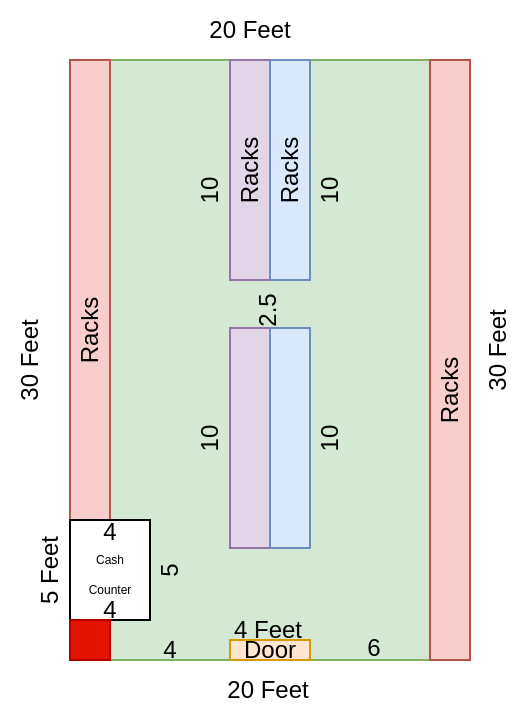
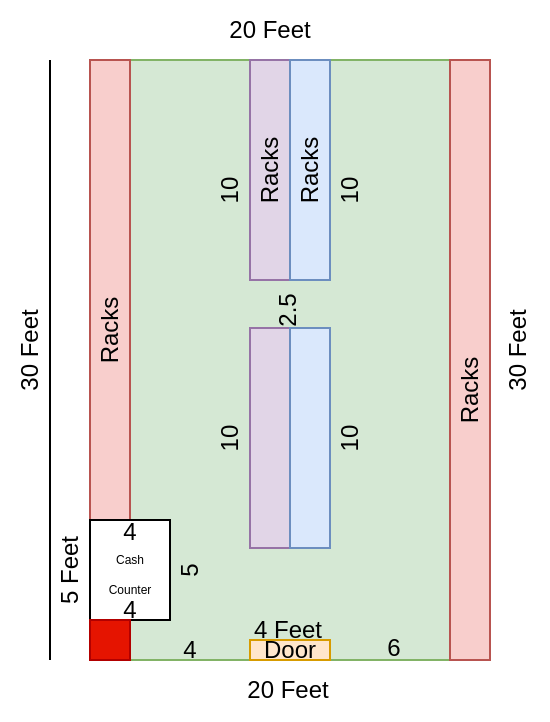
<mxfile host="app.diagrams.net">
  <diagram name="Page-1" id="zG6hiOXuOmAUIq7qCYwK">
    <mxGraphModel dx="651" dy="364" grid="1" gridSize="10" guides="1" tooltips="1" connect="1" arrows="1" fold="1" page="1" pageScale="1" pageWidth="827" pageHeight="1169" math="0" shadow="0">
      <root>
        <mxCell id="0" />
        <mxCell id="1" parent="0" />
        <mxCell id="E7O0KfWV2V88D2bBGpZ0-1" parent="1" style="whiteSpace=wrap;html=1;fillColor=#d5e8d4;strokeColor=#82b366;" value="" vertex="1">
          <mxGeometry height="300" width="200" x="230" y="170" as="geometry" />
        </mxCell>
        <mxCell id="E7O0KfWV2V88D2bBGpZ0-2" parent="1" style="whiteSpace=wrap;html=1;fillColor=#f8cecc;strokeColor=#b85450;" value="" vertex="1">
          <mxGeometry height="230" width="20" x="230" y="170" as="geometry" />
        </mxCell>
        <mxCell id="E7O0KfWV2V88D2bBGpZ0-3" parent="1" style="whiteSpace=wrap;html=1;fillColor=#f8cecc;strokeColor=#b85450;" value="" vertex="1">
          <mxGeometry height="300" width="20" x="410" y="170" as="geometry" />
        </mxCell>
        <mxCell id="E7O0KfWV2V88D2bBGpZ0-4" parent="1" style="whiteSpace=wrap;html=1;fillColor=#e1d5e7;strokeColor=#9673a6;" value="" vertex="1">
          <mxGeometry height="110" width="20" x="310" y="170" as="geometry" />
        </mxCell>
        <mxCell id="E7O0KfWV2V88D2bBGpZ0-5" parent="1" style="whiteSpace=wrap;html=1;fillColor=#dae8fc;strokeColor=#6c8ebf;" value="" vertex="1">
          <mxGeometry height="110" width="20" x="330" y="170" as="geometry" />
        </mxCell>
        <mxCell id="E7O0KfWV2V88D2bBGpZ0-6" parent="1" style="whiteSpace=wrap;html=1;" value="&lt;font style=&quot;font-size: 6px;&quot;&gt;Cash&lt;/font&gt;&lt;div&gt;&lt;font style=&quot;font-size: 6px;&quot;&gt;Counter&lt;/font&gt;&lt;/div&gt;" vertex="1">
          <mxGeometry height="50" width="40" x="230" y="400" as="geometry" />
        </mxCell>
        <mxCell id="E7O0KfWV2V88D2bBGpZ0-7" parent="1" style="text;html=1;whiteSpace=wrap;strokeColor=none;fillColor=none;align=center;verticalAlign=middle;rounded=0;rotation=270;" value="Racks" vertex="1">
          <mxGeometry height="30" width="60" x="310" y="210" as="geometry" />
        </mxCell>
        <mxCell id="E7O0KfWV2V88D2bBGpZ0-8" parent="1" style="text;html=1;whiteSpace=wrap;strokeColor=none;fillColor=none;align=center;verticalAlign=middle;rounded=0;rotation=270;" value="Racks" vertex="1">
          <mxGeometry height="30" width="60" x="390" y="320" as="geometry" />
        </mxCell>
        <mxCell id="E7O0KfWV2V88D2bBGpZ0-9" parent="1" style="text;html=1;whiteSpace=wrap;strokeColor=none;fillColor=none;align=center;verticalAlign=middle;rounded=0;rotation=270;" value="Racks" vertex="1">
          <mxGeometry height="30" width="60" x="290" y="210" as="geometry" />
        </mxCell>
        <mxCell id="E7O0KfWV2V88D2bBGpZ0-10" parent="1" style="text;html=1;whiteSpace=wrap;strokeColor=none;fillColor=none;align=center;verticalAlign=middle;rounded=0;rotation=270;" value="Racks" vertex="1">
          <mxGeometry height="30" width="60" x="210" y="290" as="geometry" />
        </mxCell>
        <mxCell id="E7O0KfWV2V88D2bBGpZ0-11" parent="1" style="text;html=1;whiteSpace=wrap;strokeColor=#d79b00;fillColor=#ffe6cc;align=center;verticalAlign=middle;rounded=0;" value="Door" vertex="1">
          <mxGeometry height="10" width="40" x="310" y="460" as="geometry" />
        </mxCell>
        <mxCell id="E7O0KfWV2V88D2bBGpZ0-12" parent="1" style="text;html=1;whiteSpace=wrap;strokeColor=none;fillColor=none;align=center;verticalAlign=middle;rounded=0;" value="20 Feet" vertex="1">
          <mxGeometry height="30" width="60" x="299" y="470" as="geometry" />
        </mxCell>
        <mxCell id="E7O0KfWV2V88D2bBGpZ0-13" parent="1" style="text;html=1;whiteSpace=wrap;strokeColor=none;fillColor=none;align=center;verticalAlign=middle;rounded=0;" value="20 Feet" vertex="1">
          <mxGeometry height="30" width="60" x="290" y="140" as="geometry" />
        </mxCell>
        <mxCell id="E7O0KfWV2V88D2bBGpZ0-14" parent="1" style="text;html=1;whiteSpace=wrap;strokeColor=none;fillColor=none;align=center;verticalAlign=middle;rounded=0;rotation=270;" value="30 Feet" vertex="1">
          <mxGeometry height="30" width="60" x="414" y="300" as="geometry" />
        </mxCell>
        <mxCell id="E7O0KfWV2V88D2bBGpZ0-15" parent="1" style="text;html=1;whiteSpace=wrap;strokeColor=none;fillColor=none;align=center;verticalAlign=middle;rounded=0;rotation=270;" value="30 Feet" vertex="1">
-           <mxGeometry height="30" width="60" x="180" y="305" as="geometry" />
+           <mxGeometry height="30" width="60" x="170" y="300" as="geometry" />
        </mxCell>
        <mxCell id="E7O0KfWV2V88D2bBGpZ0-18" parent="1" style="whiteSpace=wrap;html=1;fillColor=#e1d5e7;strokeColor=#9673a6;" value="" vertex="1">
          <mxGeometry height="110" width="20" x="310" y="304" as="geometry" />
        </mxCell>
        <mxCell id="E7O0KfWV2V88D2bBGpZ0-20" parent="1" style="whiteSpace=wrap;html=1;fillColor=#dae8fc;strokeColor=#6c8ebf;" value="" vertex="1">
          <mxGeometry height="110" width="20" x="330" y="304" as="geometry" />
        </mxCell>
        <mxCell id="E7O0KfWV2V88D2bBGpZ0-21" parent="1" style="text;html=1;whiteSpace=wrap;strokeColor=none;fillColor=none;align=center;verticalAlign=middle;rounded=0;" value="4 Feet" vertex="1">
          <mxGeometry height="10" width="50" x="304" y="450" as="geometry" />
        </mxCell>
        <mxCell id="E7O0KfWV2V88D2bBGpZ0-22" parent="1" style="whiteSpace=wrap;html=1;aspect=fixed;fillColor=#e51400;fontColor=#ffffff;strokeColor=#B20000;" value="" vertex="1">
          <mxGeometry height="20" width="20" x="230" y="450" as="geometry" />
        </mxCell>
        <mxCell id="E7O0KfWV2V88D2bBGpZ0-25" parent="1" style="text;html=1;whiteSpace=wrap;strokeColor=none;fillColor=none;align=center;verticalAlign=middle;rounded=0;rotation=270;" value="5 Feet" vertex="1">
          <mxGeometry height="10" width="40" x="200" y="420" as="geometry" />
        </mxCell>
        <mxCell id="E7O0KfWV2V88D2bBGpZ0-26" parent="1" style="text;html=1;whiteSpace=wrap;strokeColor=none;fillColor=none;align=center;verticalAlign=middle;rounded=0;" value="4" vertex="1">
          <mxGeometry height="10" width="20" x="240" y="440" as="geometry" />
        </mxCell>
        <mxCell id="E7O0KfWV2V88D2bBGpZ0-27" parent="1" style="text;html=1;whiteSpace=wrap;strokeColor=none;fillColor=none;align=center;verticalAlign=middle;rounded=0;" value="4" vertex="1">
          <mxGeometry height="10" width="20" x="240" y="401" as="geometry" />
        </mxCell>
        <mxCell id="E7O0KfWV2V88D2bBGpZ0-28" parent="1" style="text;html=1;whiteSpace=wrap;strokeColor=none;fillColor=none;align=center;verticalAlign=middle;rounded=0;rotation=270;" value="5" vertex="1">
          <mxGeometry height="10" width="20" x="270" y="420" as="geometry" />
        </mxCell>
        <mxCell id="E7O0KfWV2V88D2bBGpZ0-29" parent="1" style="text;html=1;whiteSpace=wrap;strokeColor=none;fillColor=none;align=center;verticalAlign=middle;rounded=0;rotation=270;" value="10" vertex="1">
          <mxGeometry height="10" width="20" x="290" y="230" as="geometry" />
        </mxCell>
        <mxCell id="E7O0KfWV2V88D2bBGpZ0-30" parent="1" style="text;html=1;whiteSpace=wrap;strokeColor=none;fillColor=none;align=center;verticalAlign=middle;rounded=0;rotation=270;" value="10" vertex="1">
          <mxGeometry height="10" width="20" x="350" y="230" as="geometry" />
        </mxCell>
        <mxCell id="E7O0KfWV2V88D2bBGpZ0-31" parent="1" style="text;html=1;whiteSpace=wrap;strokeColor=none;fillColor=none;align=center;verticalAlign=middle;rounded=0;rotation=270;" value="10" vertex="1">
          <mxGeometry height="10" width="20" x="290" y="354" as="geometry" />
        </mxCell>
        <mxCell id="E7O0KfWV2V88D2bBGpZ0-32" parent="1" style="text;html=1;whiteSpace=wrap;strokeColor=none;fillColor=none;align=center;verticalAlign=middle;rounded=0;rotation=270;" value="10" vertex="1">
          <mxGeometry height="10" width="20" x="350" y="354" as="geometry" />
        </mxCell>
        <mxCell id="E7O0KfWV2V88D2bBGpZ0-34" parent="1" style="text;html=1;whiteSpace=wrap;strokeColor=none;fillColor=none;align=center;verticalAlign=middle;rounded=0;" value="4" vertex="1">
          <mxGeometry height="10" width="20" x="270" y="460" as="geometry" />
        </mxCell>
        <mxCell id="E7O0KfWV2V88D2bBGpZ0-35" parent="1" style="text;html=1;whiteSpace=wrap;strokeColor=none;fillColor=none;align=center;verticalAlign=middle;rounded=0;" value="6" vertex="1">
          <mxGeometry height="10" width="20" x="372" y="459" as="geometry" />
        </mxCell>
        <mxCell id="E7O0KfWV2V88D2bBGpZ0-37" parent="1" style="text;html=1;whiteSpace=wrap;strokeColor=none;fillColor=none;align=center;verticalAlign=middle;rounded=0;rotation=270;" value="2.5" vertex="1">
          <mxGeometry height="10" width="20" x="319" y="290" as="geometry" />
        </mxCell>
+         <mxCell id="E7O0KfWV2V88D2bBGpZ0-38" edge="1" parent="1" style="endArrow=none;html=1;rounded=0;" value="">
+           <mxGeometry height="50" relative="1" width="50" as="geometry">
+             <mxPoint x="210" y="470" as="sourcePoint" />
+             <mxPoint x="210" y="170" as="targetPoint" />
+           </mxGeometry>
+         </mxCell>
      </root>
    </mxGraphModel>
  </diagram>
</mxfile>
